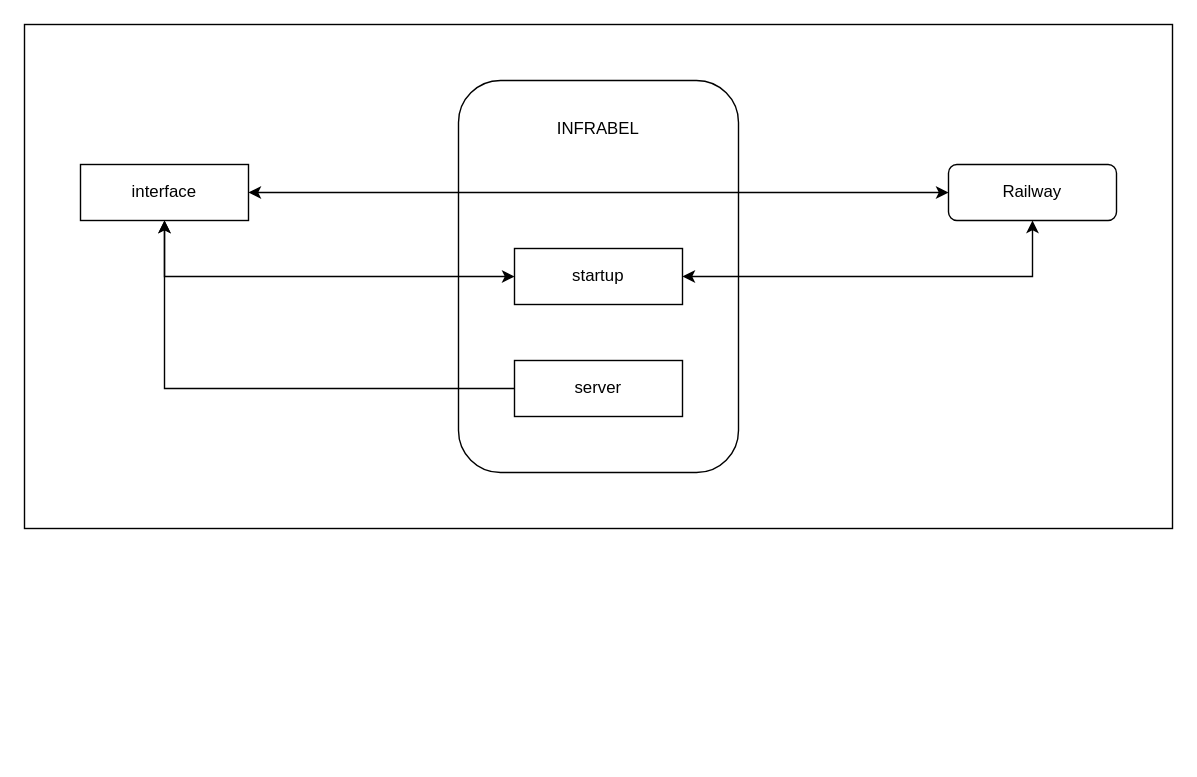
Before: docs/specificatie voor ontwikkelaars/Afhankelijkheidsdiagrammen/infrabel.drawio in Jonas-Bruell/besturingssysteem-modeltreinen, a draw.io diagram. Source tidied: cells renumbered, new cells numbered last; positions are measured from the earlier drawing's top-left corner, leaving out a move shared by most shapes. Both pictures are drawn from the tidied source at 140%, with x=0, y=0 at pixel (24, 24).
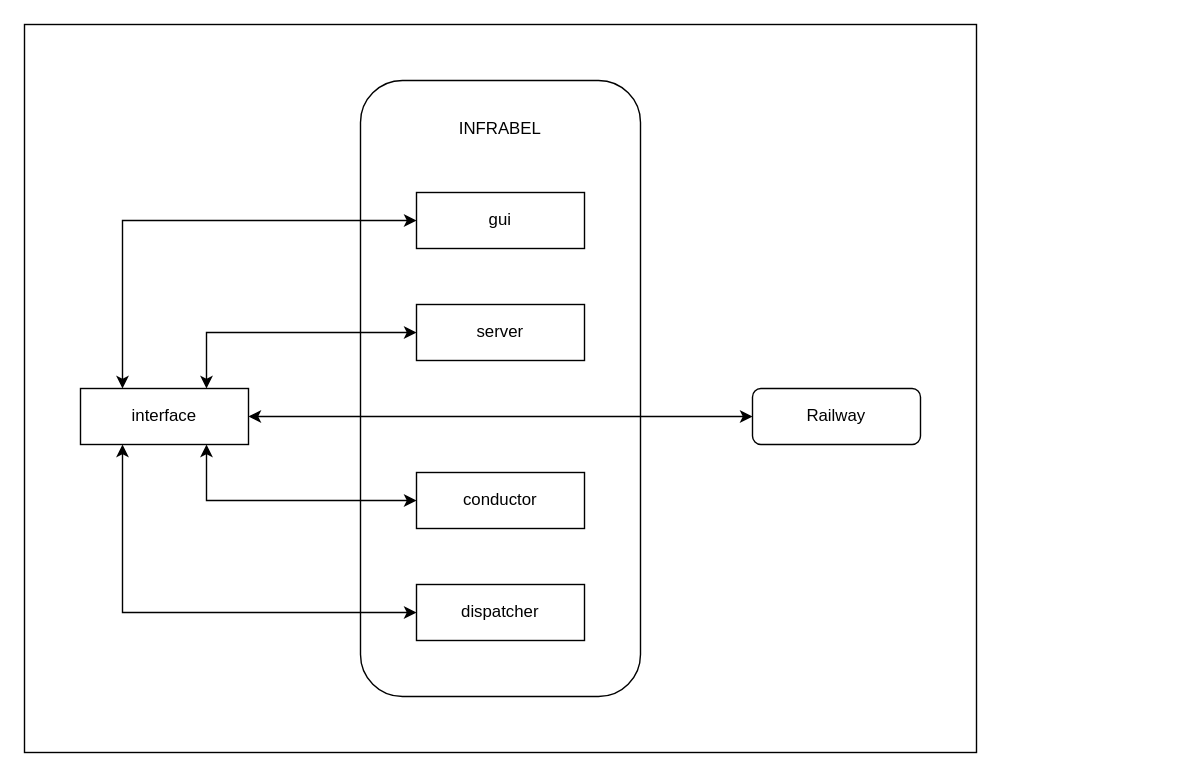
The same diagram, later.

Change to the diagram source:
```diff
@@
     <mxCell id="2" style="rounded=0;whiteSpace=wrap;html=1;" parent="1" vertex="1">
-      <mxGeometry width="820" height="360" as="geometry" />
+      <mxGeometry width="680" height="520" as="geometry" />
     </mxCell>
     <mxCell id="3" value="Railway" style="rounded=1;whiteSpace=wrap;html=1;" parent="1" vertex="1">
-      <mxGeometry x="660" y="100" width="120" height="40" as="geometry" />
+      <mxGeometry x="520" y="260" width="120" height="40" as="geometry" />
     </mxCell>
     <mxCell id="4" value="interface" style="rounded=0;whiteSpace=wrap;html=1;" parent="1" vertex="1">
-      <mxGeometry x="40" y="100" width="120" height="40" as="geometry" />
+      <mxGeometry x="40" y="260" width="120" height="40" as="geometry" />
     </mxCell>
     <mxCell id="5" style="rounded=1;whiteSpace=wrap;html=1;" parent="1" vertex="1">
-      <mxGeometry x="310" y="40" width="200" height="280" as="geometry" />
+      <mxGeometry x="240" y="40" width="200" height="440" as="geometry" />
     </mxCell>
-    <mxCell id="6" value="startup" style="rounded=0;whiteSpace=wrap;html=1;" parent="1" vertex="1">
-      <mxGeometry x="350" y="160" width="120" height="40" as="geometry" />
-    </mxCell>
     <mxCell id="7" value="INFRABEL" style="text;html=1;align=center;verticalAlign=middle;whiteSpace=wrap;rounded=0;" parent="1" vertex="1">
-      <mxGeometry x="380" y="60" width="60" height="30" as="geometry" />
+      <mxGeometry x="310" y="60" width="60" height="30" as="geometry" />
     </mxCell>
@@
     <mxCell id="9" value="server" style="rounded=0;whiteSpace=wrap;html=1;" parent="1" vertex="1">
-      <mxGeometry x="350" y="240" width="120" height="40" as="geometry" />
+      <mxGeometry x="280" y="200" width="120" height="40" as="geometry" />
     </mxCell>
-    <mxCell id="10" style="endArrow=classic;html=1;rounded=0;entryX=0.5;entryY=1;entryDx=0;entryDy=0;exitX=0;exitY=0.5;exitDx=0;exitDy=0;" parent="1" edge="1" source="9" target="4">
-      <mxGeometry relative="1" as="geometry">
-        <Array as="points">
-          <mxPoint x="100" y="260" />
-        </Array>
-      </mxGeometry>
-    </mxCell>
-    <mxCell id="11" style="endArrow=classic;startArrow=classic;html=1;rounded=0;exitX=0.5;exitY=1;exitDx=0;exitDy=0;entryX=0;entryY=0.5;entryDx=0;entryDy=0;" parent="1" edge="1" source="4" target="6">
-      <mxGeometry relative="1" as="geometry">
-        <Array as="points">
-          <mxPoint x="100" y="180" />
-        </Array>
-      </mxGeometry>
-    </mxCell>
-    <mxCell id="12" style="endArrow=classic;startArrow=classic;html=1;rounded=0;entryX=0.5;entryY=1;entryDx=0;entryDy=0;exitX=1;exitY=0.5;exitDx=0;exitDy=0;" parent="1" edge="1" source="6" target="3">
-      <mxGeometry relative="1" as="geometry">
-        <Array as="points">
-          <mxPoint x="720" y="180" />
-        </Array>
-      </mxGeometry>
-    </mxCell>
+    <mxCell id="13" value="conductor" style="rounded=0;whiteSpace=wrap;html=1;" parent="1" vertex="1">
+      <mxGeometry x="280" y="320" width="120" height="40" as="geometry" />
+    </mxCell>
+    <mxCell id="14" value="dispatcher" style="rounded=0;whiteSpace=wrap;html=1;" parent="1" vertex="1">
+      <mxGeometry x="280" y="400" width="120" height="40" as="geometry" />
+    </mxCell>
+    <mxCell id="15" value="gui" style="rounded=0;whiteSpace=wrap;html=1;" parent="1" vertex="1">
+      <mxGeometry x="280" y="120" width="120" height="40" as="geometry" />
+    </mxCell>
+    <mxCell id="16" style="endArrow=classic;startArrow=classic;html=1;rounded=0;exitX=0.75;exitY=0;exitDx=0;exitDy=0;entryX=0;entryY=0.5;entryDx=0;entryDy=0;" parent="1" edge="1" source="4" target="9">
+      <mxGeometry relative="1" as="geometry">
+        <Array as="points">
+          <mxPoint x="130" y="220" />
+        </Array>
+      </mxGeometry>
+    </mxCell>
+    <mxCell id="17" style="endArrow=classic;startArrow=classic;html=1;rounded=0;entryX=0;entryY=0.5;entryDx=0;entryDy=0;exitX=0.25;exitY=0;exitDx=0;exitDy=0;" parent="1" edge="1" source="4" target="15">
+      <mxGeometry relative="1" as="geometry">
+        <Array as="points">
+          <mxPoint x="70" y="140" />
+        </Array>
+      </mxGeometry>
+    </mxCell>
+    <mxCell id="18" style="endArrow=classic;startArrow=classic;html=1;rounded=0;exitX=0.75;exitY=1;exitDx=0;exitDy=0;entryX=0;entryY=0.5;entryDx=0;entryDy=0;" parent="1" edge="1" source="4" target="13">
+      <mxGeometry relative="1" as="geometry">
+        <Array as="points">
+          <mxPoint x="130" y="340" />
+        </Array>
+      </mxGeometry>
+    </mxCell>
+    <mxCell id="19" style="endArrow=classic;startArrow=classic;html=1;rounded=0;entryX=0;entryY=0.5;entryDx=0;entryDy=0;exitX=0.25;exitY=1;exitDx=0;exitDy=0;" parent="1" edge="1" source="4" target="14">
+      <mxGeometry relative="1" as="geometry">
+        <Array as="points">
+          <mxPoint x="70" y="420" />
+        </Array>
+      </mxGeometry>
+    </mxCell>
```
